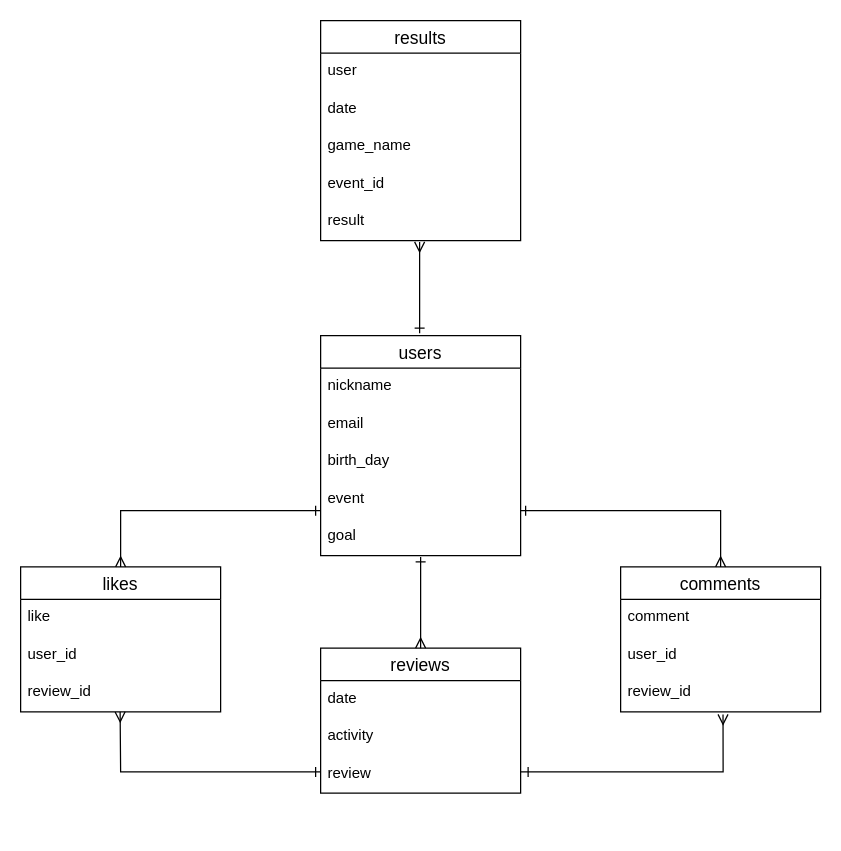
The draw.io diagram original.dio in yuyunaginagi/original-40237, before the edit. Source tidied: cells renumbered, new cells numbered last; positions are measured from the earlier drawing's top-left corner, leaving out a move shared by most shapes. Both pictures are drawn from the tidied source at 125%, with x=0, y=0 at pixel (20, 20).
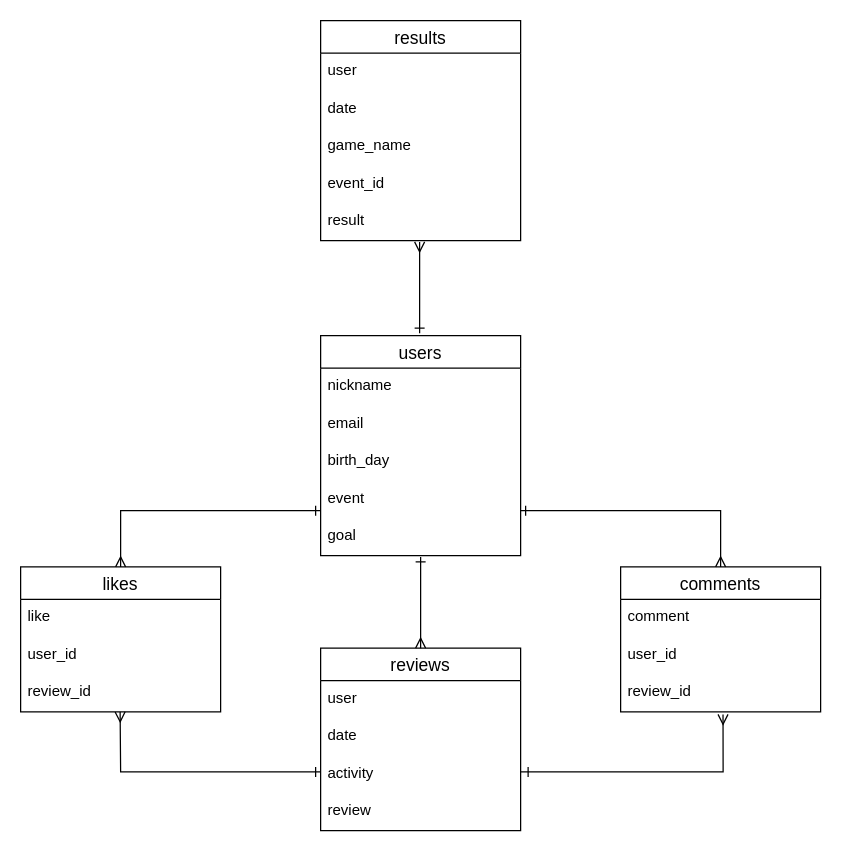
The same diagram, later.

What changed in the source:
```diff
@@
     <mxCell id="14" value="reviews" style="swimlane;fontStyle=0;horizontal=1;startSize=26;align=center;fontSize=14;" parent="1" vertex="1">
-      <mxGeometry x="240" y="502" width="160" height="116" as="geometry" />
+      <mxGeometry x="240" y="502" width="160" height="146" as="geometry" />
     </mxCell>
-    <mxCell id="15" value="date" style="text;strokeColor=none;fillColor=none;spacingLeft=4;spacingRight=4;overflow=hidden;fontSize=12;" parent="14" vertex="1">
+    <mxCell id="15" value="user" style="text;strokeColor=none;fillColor=none;spacingLeft=4;spacingRight=4;overflow=hidden;fontSize=12;" parent="14" vertex="1">
       <mxGeometry y="26" width="160" height="30" as="geometry" />
     </mxCell>
-    <mxCell id="16" value="activity" style="text;strokeColor=none;fillColor=none;spacingLeft=4;spacingRight=4;overflow=hidden;fontSize=12;" parent="14" vertex="1">
+    <mxCell id="16" value="date" style="text;strokeColor=none;fillColor=none;spacingLeft=4;spacingRight=4;overflow=hidden;fontSize=12;" parent="14" vertex="1">
       <mxGeometry y="56" width="160" height="30" as="geometry" />
     </mxCell>
-    <mxCell id="17" value="review" style="text;strokeColor=none;fillColor=none;spacingLeft=4;spacingRight=4;overflow=hidden;fontSize=12;" parent="14" vertex="1">
+    <mxCell id="17" value="activity" style="text;strokeColor=none;fillColor=none;spacingLeft=4;spacingRight=4;overflow=hidden;fontSize=12;" parent="14" vertex="1">
       <mxGeometry y="86" width="160" height="30" as="geometry" />
     </mxCell>
+    <mxCell id="32" value="review" style="text;strokeColor=none;fillColor=none;spacingLeft=4;spacingRight=4;overflow=hidden;fontSize=12;" parent="14" vertex="1">
+      <mxGeometry y="116" width="160" height="30" as="geometry" />
+    </mxCell>
```
